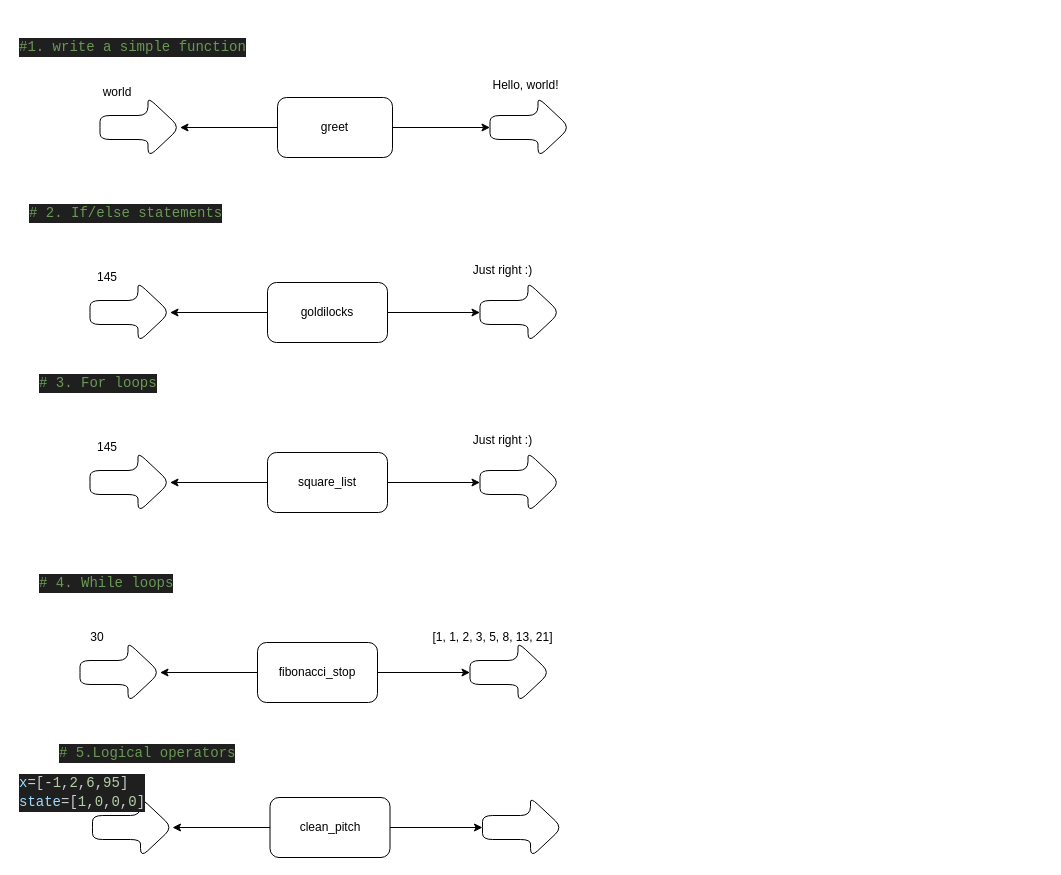
Before: preclass_assignment/FunctionDiagram.drawio in DTUWindEducation/p0-intro-team-1, a draw.io diagram. Source tidied: cells renumbered, new cells numbered last; positions are measured from the earlier drawing's top-left corner, leaving out a move shared by most shapes. Both pictures are drawn from the tidied source at 100%, with x=0, y=0 at pixel (17, 17).
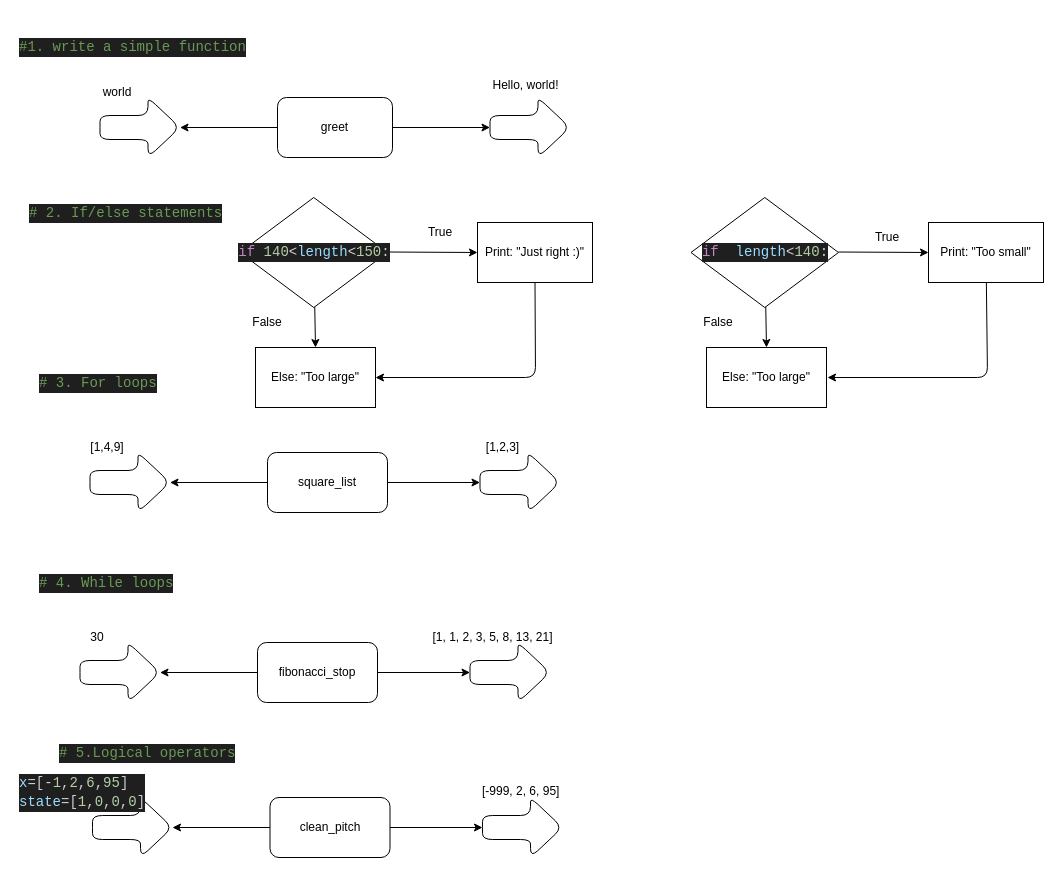
The same page after the edit.

Diff of the diagram source:
```diff
@@
-    <mxCell id="11" style="edgeStyle=none;html=1;" parent="1" edge="1" source="12" target="13">
-      <mxGeometry relative="1" as="geometry" />
-    </mxCell>
-    <mxCell id="12" value="goldilocks" style="rounded=1;whiteSpace=wrap;html=1;" parent="1" vertex="1">
-      <mxGeometry x="250" y="265" width="120" height="60" as="geometry" />
-    </mxCell>
-    <mxCell id="13" style="shape=singleArrow;whiteSpace=wrap;html=1;arrowWidth=0.4;arrowSize=0.4;rounded=1;" parent="1" vertex="1">
-      <mxGeometry x="72.5" y="265" width="80" height="60" as="geometry" />
-    </mxCell>
-    <mxCell id="14" value="145" style="text;html=1;align=center;verticalAlign=middle;whiteSpace=wrap;rounded=0;" parent="1" vertex="1">
-      <mxGeometry x="60" y="245" width="60" height="30" as="geometry" />
-    </mxCell>
-    <mxCell id="15" style="shape=singleArrow;whiteSpace=wrap;html=1;arrowWidth=0.4;arrowSize=0.4;rounded=1;" parent="1" vertex="1">
-      <mxGeometry x="462.5" y="265" width="80" height="60" as="geometry" />
-    </mxCell>
-    <mxCell id="16" value="&lt;div&gt;Just right :)&lt;/div&gt;&lt;div&gt;&lt;br&gt;&lt;/div&gt;" style="text;html=1;align=center;verticalAlign=middle;strokeColor=none;fillColor=none;" parent="1" vertex="1">
-      <mxGeometry x="445" y="240" width="80" height="40" as="geometry" />
-    </mxCell>
-    <mxCell id="17" style="edgeStyle=none;html=1;entryX=0;entryY=0.5;entryDx=0;entryDy=0;entryPerimeter=0;" parent="1" edge="1" source="12" target="15">
-      <mxGeometry relative="1" as="geometry" />
-    </mxCell>
@@
-    <mxCell id="22" value="145" style="text;html=1;align=center;verticalAlign=middle;whiteSpace=wrap;rounded=0;" parent="1" vertex="1">
+    <mxCell id="22" value="[1,4,9]" style="text;html=1;align=center;verticalAlign=middle;whiteSpace=wrap;rounded=0;" parent="1" vertex="1">
       <mxGeometry x="60" y="415" width="60" height="30" as="geometry" />
     </mxCell>
@@
-    <mxCell id="24" value="&lt;div&gt;Just right :)&lt;/div&gt;&lt;div&gt;&lt;br&gt;&lt;/div&gt;" style="text;html=1;align=center;verticalAlign=middle;strokeColor=none;fillColor=none;" parent="1" vertex="1">
-      <mxGeometry x="445" y="410" width="80" height="40" as="geometry" />
+    <mxCell id="24" value="&lt;div&gt;[1,2,3]&lt;/div&gt;" style="text;html=1;align=center;verticalAlign=middle;strokeColor=none;fillColor=none;" parent="1" vertex="1">
+      <mxGeometry x="455" y="415" width="60" height="30" as="geometry" />
     </mxCell>
@@
+    <mxCell id="42" value="[-999, 2, 6, 95]" style="text;whiteSpace=wrap;" parent="1" vertex="1">
+      <mxGeometry x="462.5" y="760" width="110" height="40" as="geometry" />
+    </mxCell>
+    <mxCell id="43" style="edgeStyle=none;html=1;" parent="1" edge="1">
+      <mxGeometry relative="1" as="geometry">
+        <mxPoint x="370" y="234.5" as="sourcePoint" />
+        <mxPoint x="460" y="235" as="targetPoint" />
+      </mxGeometry>
+    </mxCell>
+    <mxCell id="44" style="edgeStyle=none;html=1;entryX=0.5;entryY=0;entryDx=0;entryDy=0;" parent="1" edge="1" source="45" target="48">
+      <mxGeometry relative="1" as="geometry" />
+    </mxCell>
+    <mxCell id="45" value="&lt;div style=&quot;color: rgb(204, 204, 204); background-color: rgb(31, 31, 31); font-family: Consolas, &amp;quot;Courier New&amp;quot;, monospace; font-size: 14px; line-height: 19px; white-space: pre;&quot;&gt;&lt;span style=&quot;color: #c586c0;&quot;&gt;if&lt;/span&gt;&lt;span style=&quot;color: #cccccc;&quot;&gt; &lt;/span&gt;&lt;span style=&quot;color: #b5cea8;&quot;&gt;140&lt;/span&gt;&lt;span style=&quot;color: #d4d4d4;&quot;&gt;&amp;lt;&lt;/span&gt;&lt;span style=&quot;color: #9cdcfe;&quot;&gt;length&lt;/span&gt;&lt;span style=&quot;color: #d4d4d4;&quot;&gt;&amp;lt;&lt;/span&gt;&lt;span style=&quot;color: #b5cea8;&quot;&gt;150&lt;/span&gt;&lt;span style=&quot;color: #cccccc;&quot;&gt;:&lt;/span&gt;&lt;/div&gt;" style="rhombus;whiteSpace=wrap;html=1;" parent="1" vertex="1">
+      <mxGeometry x="222.5" y="180" width="147.5" height="110" as="geometry" />
+    </mxCell>
+    <mxCell id="46" style="edgeStyle=none;html=1;exitX=0.5;exitY=1;exitDx=0;exitDy=0;entryX=1;entryY=0.5;entryDx=0;entryDy=0;" parent="1" edge="1" source="47" target="48">
+      <mxGeometry relative="1" as="geometry">
+        <Array as="points">
+          <mxPoint x="518" y="360" />
+        </Array>
+      </mxGeometry>
+    </mxCell>
+    <mxCell id="47" value="Print: &quot;Just right :)&quot;" style="rounded=0;whiteSpace=wrap;html=1;" parent="1" vertex="1">
+      <mxGeometry x="460" y="205" width="115" height="60" as="geometry" />
+    </mxCell>
+    <mxCell id="48" value="Else: &quot;Too large&quot;" style="rounded=0;whiteSpace=wrap;html=1;" parent="1" vertex="1">
+      <mxGeometry x="238" y="330" width="120" height="60" as="geometry" />
+    </mxCell>
+    <mxCell id="49" value="True" style="text;html=1;align=center;verticalAlign=middle;whiteSpace=wrap;rounded=0;" parent="1" vertex="1">
+      <mxGeometry x="392.5" y="200" width="60" height="30" as="geometry" />
+    </mxCell>
+    <mxCell id="50" value="False" style="text;html=1;align=center;verticalAlign=middle;whiteSpace=wrap;rounded=0;" parent="1" vertex="1">
+      <mxGeometry x="220" y="290" width="60" height="30" as="geometry" />
+    </mxCell>
+    <mxCell id="51" style="edgeStyle=none;html=1;" parent="1" edge="1">
+      <mxGeometry relative="1" as="geometry">
+        <mxPoint x="821" y="234.5" as="sourcePoint" />
+        <mxPoint x="911" y="235" as="targetPoint" />
+      </mxGeometry>
+    </mxCell>
+    <mxCell id="52" style="edgeStyle=none;html=1;entryX=0.5;entryY=0;entryDx=0;entryDy=0;" parent="1" edge="1" source="53" target="56">
+      <mxGeometry relative="1" as="geometry" />
+    </mxCell>
+    <mxCell id="53" value="&lt;div style=&quot;color: rgb(204, 204, 204); background-color: rgb(31, 31, 31); font-family: Consolas, &amp;quot;Courier New&amp;quot;, monospace; font-size: 14px; line-height: 19px; white-space: pre;&quot;&gt;&lt;div style=&quot;color: rgb(204, 204, 204); background-color: rgb(31, 31, 31); line-height: 19px;&quot;&gt;&lt;span style=&quot;color: #c586c0;&quot;&gt;if&lt;/span&gt;&lt;span style=&quot;color: #cccccc;&quot;&gt; &amp;nbsp;&lt;/span&gt;&lt;span style=&quot;color: #9cdcfe;&quot;&gt;length&lt;/span&gt;&lt;span style=&quot;color: #d4d4d4;&quot;&gt;&amp;lt;&lt;/span&gt;&lt;span style=&quot;color: #b5cea8;&quot;&gt;140&lt;/span&gt;&lt;span style=&quot;color: #cccccc;&quot;&gt;:&lt;/span&gt;&lt;/div&gt;&lt;/div&gt;" style="rhombus;whiteSpace=wrap;html=1;" parent="1" vertex="1">
+      <mxGeometry x="673.5" y="180" width="147.5" height="110" as="geometry" />
+    </mxCell>
+    <mxCell id="54" style="edgeStyle=none;html=1;" parent="1" edge="1" source="55">
+      <mxGeometry relative="1" as="geometry">
+        <mxPoint x="810" y="360" as="targetPoint" />
+        <Array as="points">
+          <mxPoint x="970" y="360" />
+        </Array>
+      </mxGeometry>
+    </mxCell>
+    <mxCell id="55" value="Print: &quot;Too small&quot;" style="rounded=0;whiteSpace=wrap;html=1;" parent="1" vertex="1">
+      <mxGeometry x="911" y="205" width="115" height="60" as="geometry" />
+    </mxCell>
+    <mxCell id="56" value="Else: &quot;Too large&quot;" style="rounded=0;whiteSpace=wrap;html=1;" parent="1" vertex="1">
+      <mxGeometry x="689" y="330" width="120" height="60" as="geometry" />
+    </mxCell>
+    <mxCell id="57" value="True" style="text;html=1;align=center;verticalAlign=middle;whiteSpace=wrap;rounded=0;" parent="1" vertex="1">
+      <mxGeometry x="840" y="205" width="60" height="30" as="geometry" />
+    </mxCell>
+    <mxCell id="58" value="False" style="text;html=1;align=center;verticalAlign=middle;whiteSpace=wrap;rounded=0;" parent="1" vertex="1">
+      <mxGeometry x="671" y="290" width="60" height="30" as="geometry" />
+    </mxCell>
```
